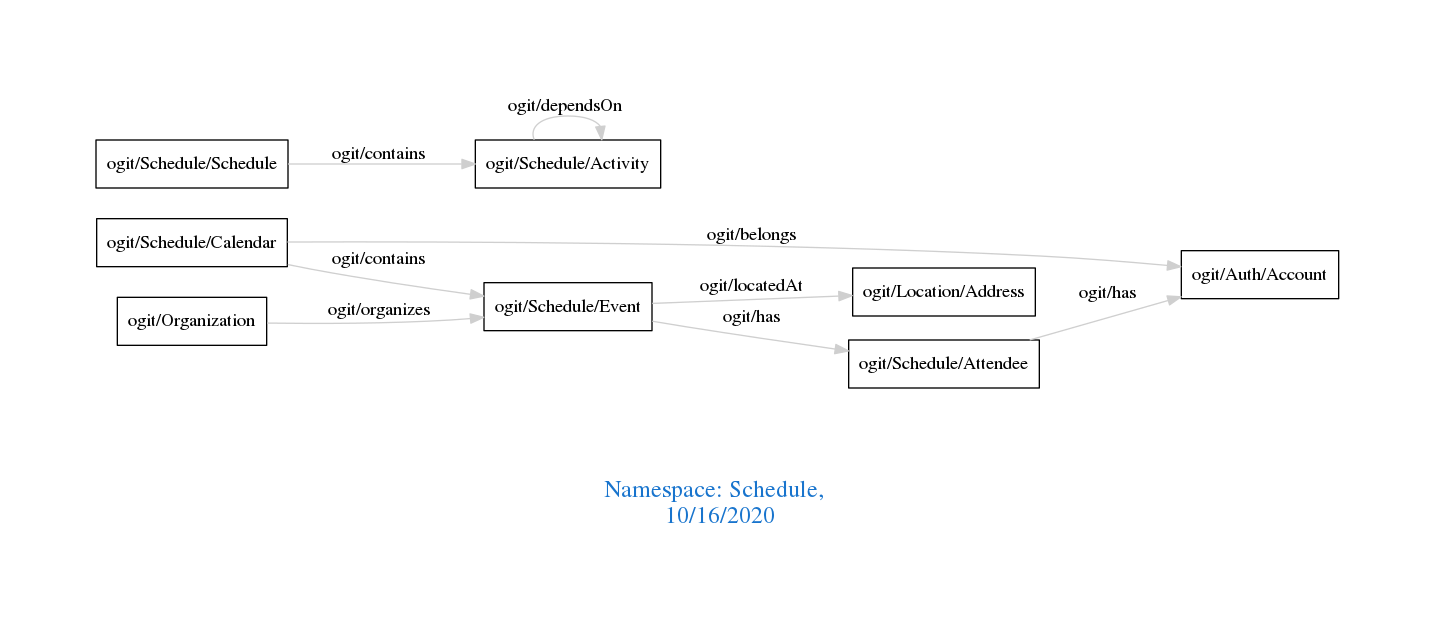
Before: downloads/Schedule.png, a diagram exported from Graphviz (arago/OGIT). Its source is kept beside it as downloads/Schedule.dot.
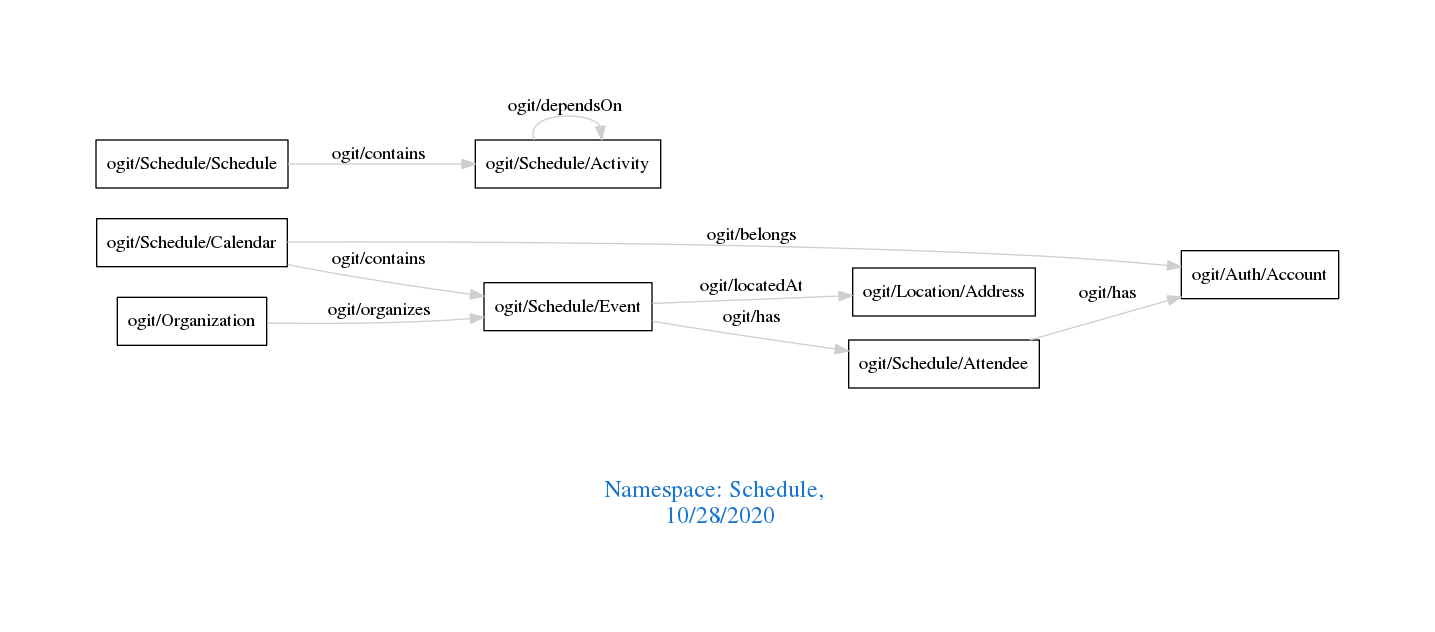
Above is the later version.

Change to the diagram source:
```diff
@@ -1,7 +1,7 @@
 digraph OGIT_ontology {
  graph [ rankdir= LR,pad=1
 fontsize = 18,
-fontcolor= dodgerblue3,label = "\n\n\nNamespace: Schedule, \n 10/16/2020"];
+fontcolor= dodgerblue3,label = "\n\n\nNamespace: Schedule, \n 10/28/2020"];
 node[shape=polygon];
 edge [  color="gray81"];
 
```
